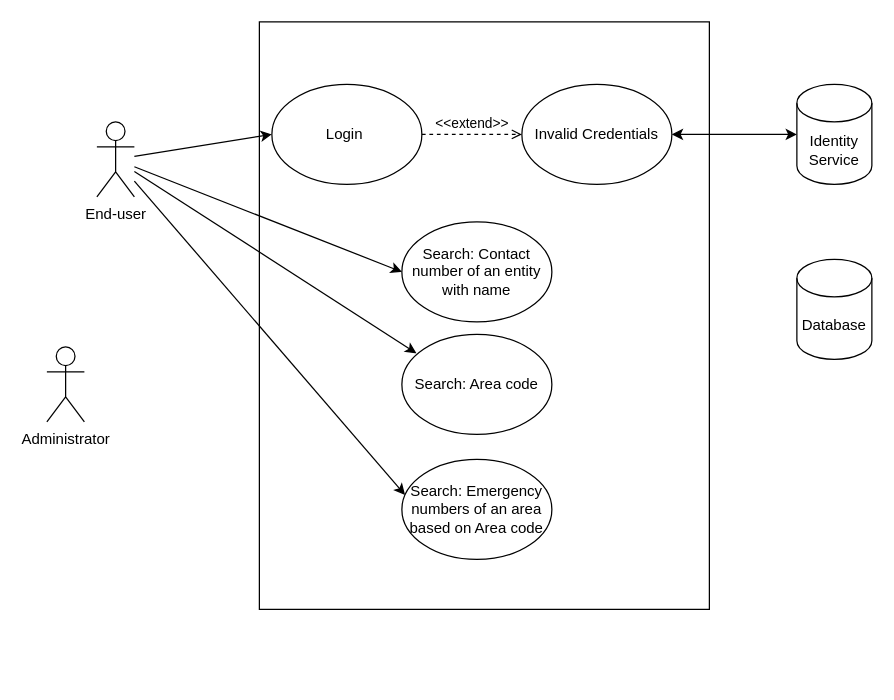
The draw.io diagram HW1_2_Usecase.drawio in vpolamar/SRE-, before the edit. Source tidied: cells renumbered, new cells numbered last; positions are measured from the earlier drawing's top-left corner, leaving out a move shared by most shapes. Both pictures are drawn from the tidied source at 125%, with x=0, y=0 at pixel (46, 21).
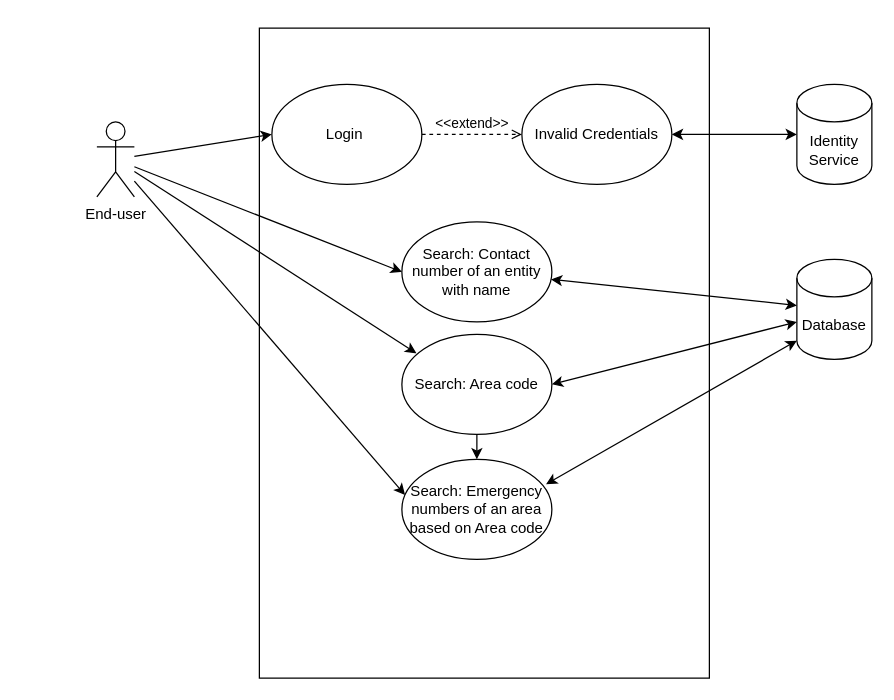
The same page after the edit.

The change refers to these unchanged cells:
```xml
<mxCell id="5" value="Database" style="shape=cylinder3;whiteSpace=wrap;html=1;boundedLbl=1;backgroundOutline=1;size=15;" parent="1" vertex="1">
  <mxGeometry x="600" y="190" width="60" height="80" as="geometry" />
</mxCell>
<mxCell id="11" value="Search: Contact number of an entity with name" style="ellipse;whiteSpace=wrap;html=1;" parent="1" vertex="1">
  <mxGeometry x="284" y="160" width="120" height="80" as="geometry" />
</mxCell>
<mxCell id="12" value="Search: Emergency numbers of an area based on Area code" style="ellipse;whiteSpace=wrap;html=1;" parent="1" vertex="1">
  <mxGeometry x="284" y="350" width="120" height="80" as="geometry" />
</mxCell>
<mxCell id="13" value="Search: Area code" style="ellipse;whiteSpace=wrap;html=1;" parent="1" vertex="1">
  <mxGeometry x="284" y="250" width="120" height="80" as="geometry" />
</mxCell>
```

Diff of the diagram source:
```diff
@@
     <mxCell id="3" style="rounded=0;whiteSpace=wrap;html=1;" parent="1" vertex="1">
-      <mxGeometry x="170" width="360" height="470" as="geometry" />
+      <mxGeometry x="170" y="5" width="360" height="520" as="geometry" />
     </mxCell>
-    <mxCell id="4" value="Administrator" style="shape=umlActor;verticalLabelPosition=bottom;verticalAlign=top;html=1;" parent="1" vertex="1">
-      <mxGeometry y="260" width="30" height="60" as="geometry" />
-    </mxCell>
@@
+    <mxCell id="18" style="endArrow=classic;startArrow=classic;html=1;rounded=0;" parent="1" edge="1" source="11" target="5">
+      <mxGeometry relative="1" as="geometry" />
+    </mxCell>
+    <mxCell id="19" style="endArrow=classic;startArrow=classic;html=1;rounded=0;exitX=1;exitY=0.5;exitDx=0;exitDy=0;" parent="1" edge="1" source="13">
+      <mxGeometry relative="1" as="geometry">
+        <mxPoint x="600" y="240" as="targetPoint" />
+      </mxGeometry>
+    </mxCell>
+    <mxCell id="20" style="endArrow=classic;html=1;rounded=0;exitX=0.5;exitY=1;exitDx=0;exitDy=0;entryX=0.5;entryY=0;entryDx=0;entryDy=0;" parent="1" edge="1" source="13" target="12">
+      <mxGeometry relative="1" as="geometry" />
+    </mxCell>
+    <mxCell id="21" style="endArrow=classic;startArrow=classic;html=1;rounded=0;entryX=0.961;entryY=0.249;entryDx=0;entryDy=0;entryPerimeter=0;exitX=0;exitY=1;exitDx=0;exitDy=-15;exitPerimeter=0;" parent="1" edge="1" source="5" target="12">
+      <mxGeometry relative="1" as="geometry" />
+    </mxCell>
```
